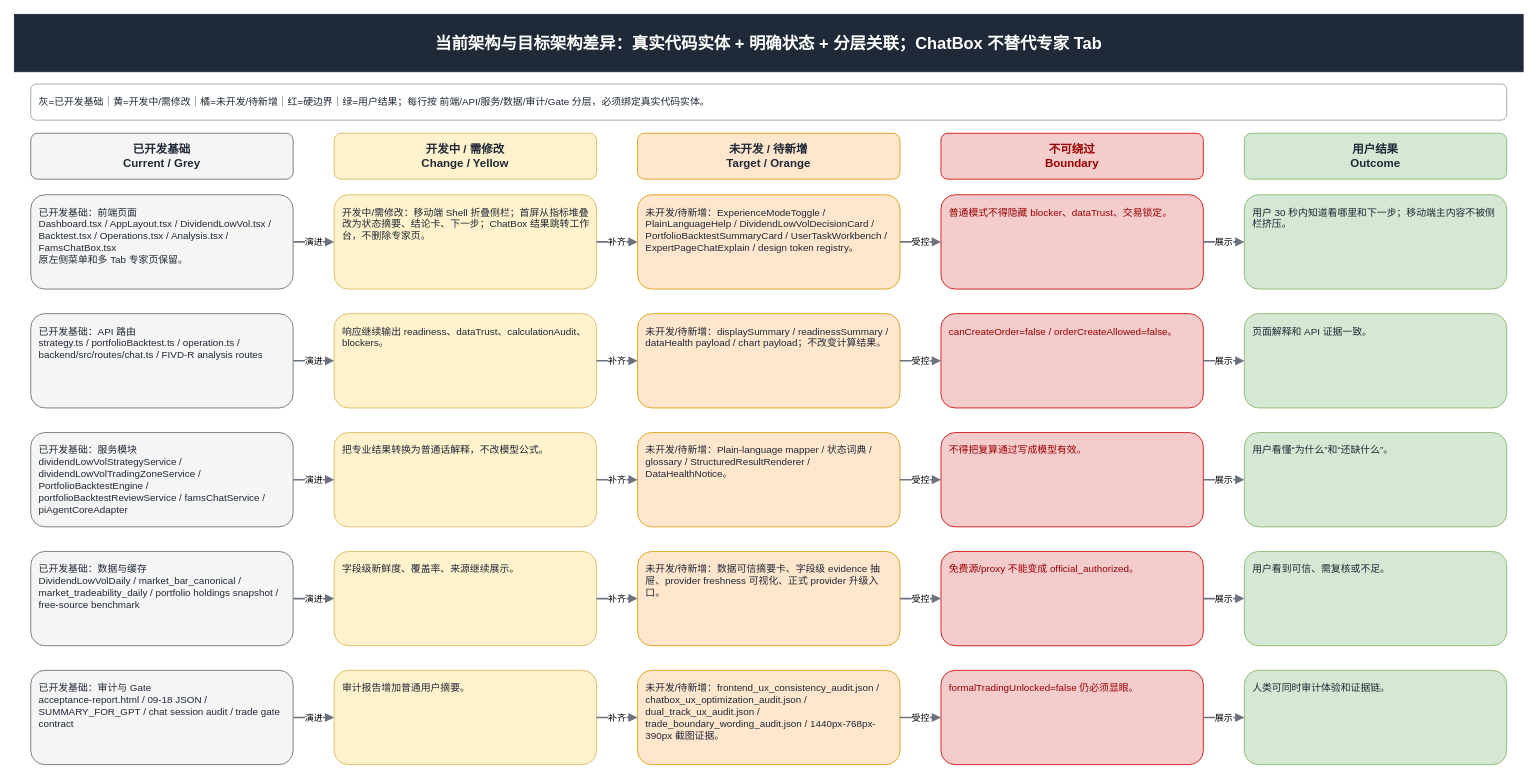
Before: page "02 当前架构与目标架构差异" (2 of 8) of docs/target-architecture-gap.drawio in ljx418/FAMS, a draw.io diagram. Source tidied: cells renumbered, new cells numbered last; positions are measured from the earlier drawing's top-left corner, leaving out a move shared by most shapes. Both pictures are drawn from the tidied source at 82%, with x=0, y=0 at pixel (14, 14).
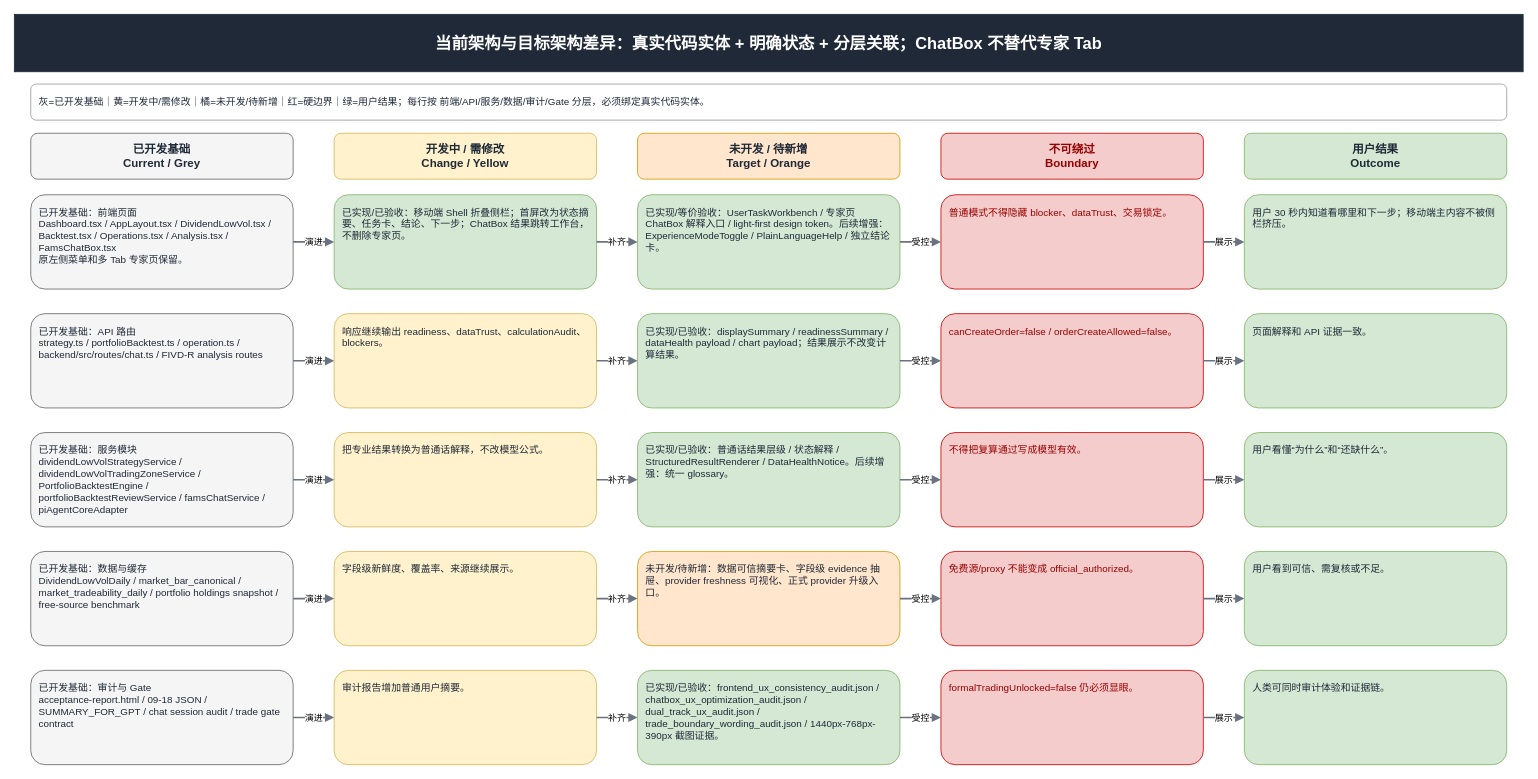
The same diagram, later.

Diff of the diagram source:
```diff
@@
-    <mxCell id="10" value="开发中/需修改：移动端 Shell 折叠侧栏；首屏从指标堆叠改为状态摘要、结论卡、下一步；ChatBox 结果跳转工作台，不删除专家页。" style="rounded=1;whiteSpace=wrap;html=1;spacing=10;fontSize=12;align=left;verticalAlign=top;fillColor=#fff2cc;strokeColor=#d6b656;fontColor=#1f2937;" parent="1" vertex="1">
+    <mxCell id="10" value="已实现/已验收：移动端 Shell 折叠侧栏；首屏改为状态摘要、任务卡、结论、下一步；ChatBox 结果跳转工作台，不删除专家页。" style="rounded=1;whiteSpace=wrap;html=1;spacing=10;fontSize=12;align=left;verticalAlign=top;fillColor=#d5e8d4;strokeColor=#82b366;fontColor=#1f2937;" parent="1" vertex="1">
       <mxGeometry x="390" y="220" width="320" height="115" as="geometry" />
     </mxCell>
-    <mxCell id="11" value="未开发/待新增：ExperienceModeToggle / PlainLanguageHelp / DividendLowVolDecisionCard / PortfolioBacktestSummaryCard / UserTaskWorkbench / ExpertPageChatExplain / design token registry。" style="rounded=1;whiteSpace=wrap;html=1;spacing=10;fontSize=12;align=left;verticalAlign=top;fillColor=#ffe6cc;strokeColor=#d79b00;fontColor=#1f2937;" parent="1" vertex="1">
+    <mxCell id="11" value="已实现/等价验收：UserTaskWorkbench / 专家页 ChatBox 解释入口 / light-first design token。后续增强：ExperienceModeToggle / PlainLanguageHelp / 独立结论卡。" style="rounded=1;whiteSpace=wrap;html=1;spacing=10;fontSize=12;align=left;verticalAlign=top;fillColor=#d5e8d4;strokeColor=#82b366;fontColor=#1f2937;" parent="1" vertex="1">
       <mxGeometry x="760" y="220" width="320" height="115" as="geometry" />
     </mxCell>
@@
-    <mxCell id="16" value="未开发/待新增：displaySummary / readinessSummary / dataHealth payload / chart payload；不改变计算结果。" style="rounded=1;whiteSpace=wrap;html=1;spacing=10;fontSize=12;align=left;verticalAlign=top;fillColor=#ffe6cc;strokeColor=#d79b00;fontColor=#1f2937;" parent="1" vertex="1">
+    <mxCell id="16" value="已实现/已验收：displaySummary / readinessSummary / dataHealth payload / chart payload；结果展示不改变计算结果。" style="rounded=1;whiteSpace=wrap;html=1;spacing=10;fontSize=12;align=left;verticalAlign=top;fillColor=#d5e8d4;strokeColor=#82b366;fontColor=#1f2937;" parent="1" vertex="1">
       <mxGeometry x="760" y="365" width="320" height="115" as="geometry" />
     </mxCell>
@@
-    <mxCell id="21" value="未开发/待新增：Plain-language mapper / 状态词典 / glossary / StructuredResultRenderer / DataHealthNotice。" style="rounded=1;whiteSpace=wrap;html=1;spacing=10;fontSize=12;align=left;verticalAlign=top;fillColor=#ffe6cc;strokeColor=#d79b00;fontColor=#1f2937;" parent="1" vertex="1">
+    <mxCell id="21" value="已实现/已验收：普通话结果层级 / 状态解释 / StructuredResultRenderer / DataHealthNotice。后续增强：统一 glossary。" style="rounded=1;whiteSpace=wrap;html=1;spacing=10;fontSize=12;align=left;verticalAlign=top;fillColor=#d5e8d4;strokeColor=#82b366;fontColor=#1f2937;" parent="1" vertex="1">
       <mxGeometry x="760" y="510" width="320" height="115" as="geometry" />
     </mxCell>
@@
-    <mxCell id="31" value="未开发/待新增：frontend_ux_consistency_audit.json / chatbox_ux_optimization_audit.json / dual_track_ux_audit.json / trade_boundary_wording_audit.json / 1440px-768px-390px 截图证据。" style="rounded=1;whiteSpace=wrap;html=1;spacing=10;fontSize=12;align=left;verticalAlign=top;fillColor=#ffe6cc;strokeColor=#d79b00;fontColor=#1f2937;" parent="1" vertex="1">
+    <mxCell id="31" value="已实现/已验收：frontend_ux_consistency_audit.json / chatbox_ux_optimization_audit.json / dual_track_ux_audit.json / trade_boundary_wording_audit.json / 1440px-768px-390px 截图证据。" style="rounded=1;whiteSpace=wrap;html=1;spacing=10;fontSize=12;align=left;verticalAlign=top;fillColor=#d5e8d4;strokeColor=#82b366;fontColor=#1f2937;" parent="1" vertex="1">
       <mxGeometry x="760" y="800" width="320" height="115" as="geometry" />
     </mxCell>
```
